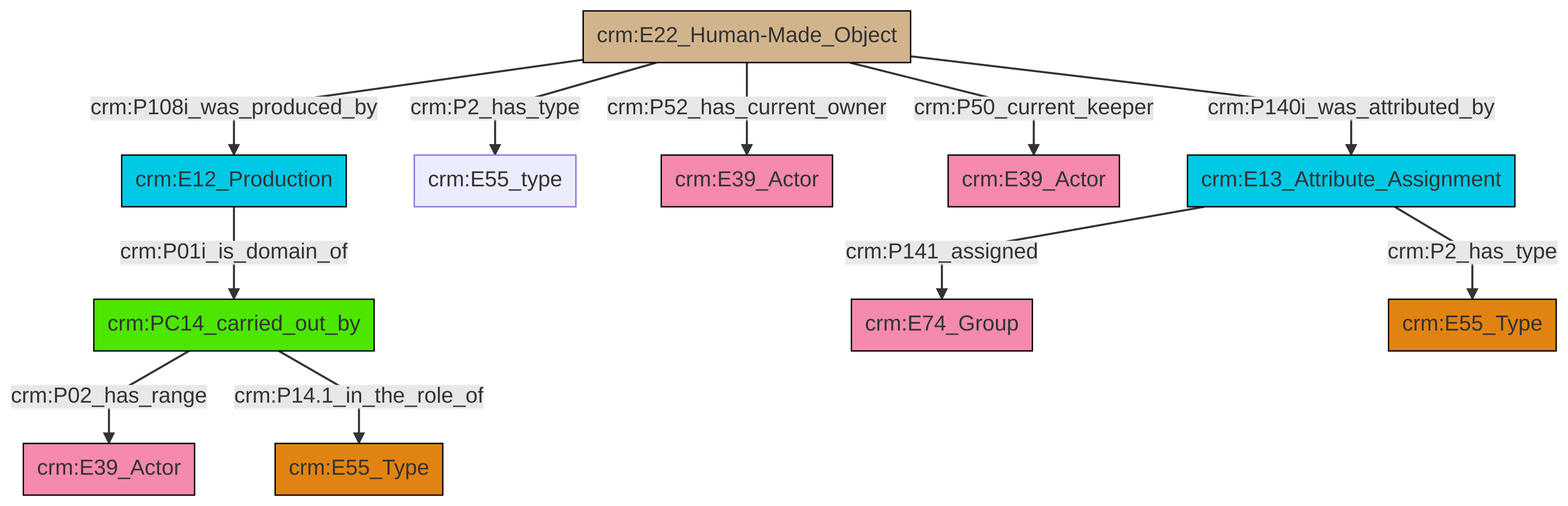
The Mermaid diagram et/artworkCSV/ttl/mmd/png/Artwork_Actor_Relations.png in swiss-art-research-net/reference-data-models, before a commit. Its source is kept beside it as et/artworkCSV/ttl/mmd/Artwork_Actor_Relations.ttl.mmd.
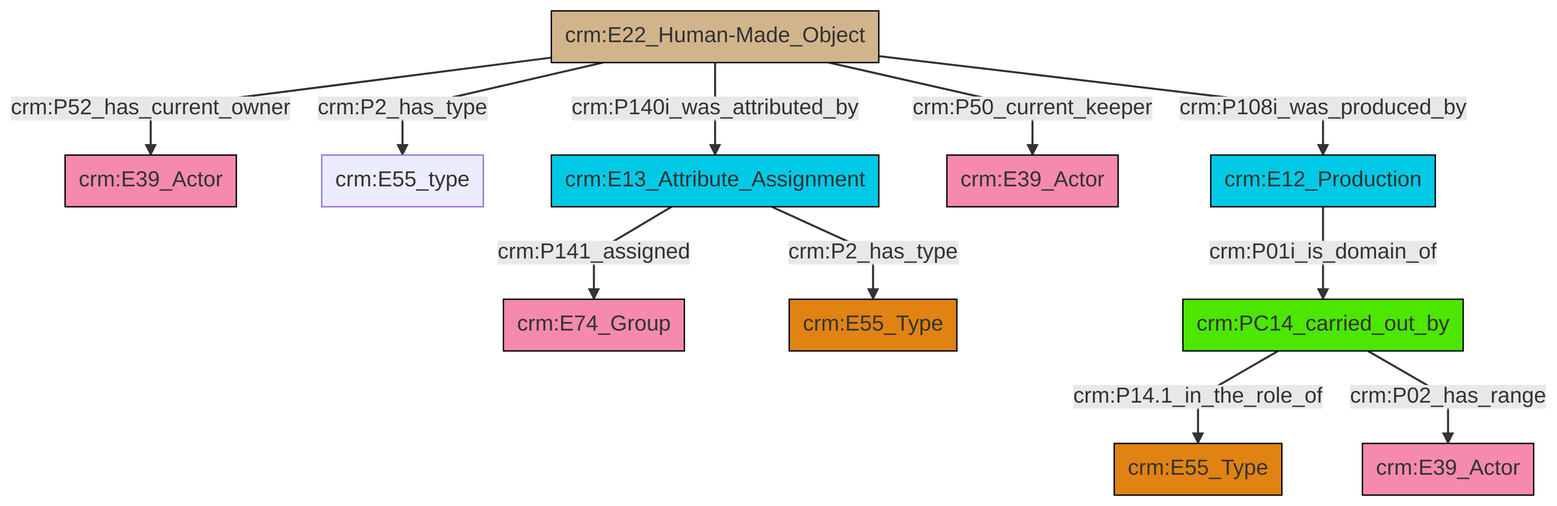
After the commit.

Change to the diagram source:
```diff
@@ -13,13 +13,13 @@
 classDef PC_Classes fill:#4ce600, stroke:#000000;
 classDef Multi fill:#cccccc,stroke:#000000;
 
-8["crm:E12_Production"]:::Temporal_Entity -->|crm:P01i_is_domain_of| 0["crm:PC14_carried_out_by"]:::PC_Classes
-6["crm:E22_Human-Made_Object"]:::Physical_Thing -->|crm:P108i_was_produced_by| 8["crm:E12_Production"]:::Temporal_Entity
-0["crm:PC14_carried_out_by"]:::PC_Classes -->|crm:P02_has_range| 19["crm:E39_Actor"]:::Actor
-20["crm:E13_Attribute_Assignment"]:::Temporal_Entity -->|crm:P2_has_type| 4["crm:E55_Type"]:::Type
-6["crm:E22_Human-Made_Object"]:::Physical_Thing -->|crm:P50_current_keeper| 16["crm:E39_Actor"]:::Actor
-6["crm:E22_Human-Made_Object"]:::Physical_Thing -->|crm:P52_has_current_owner| 13["crm:E39_Actor"]:::Actor
-6["crm:E22_Human-Made_Object"]:::Physical_Thing -->|crm:P2_has_type| 11["crm:E55_type"]:::Default
-20["crm:E13_Attribute_Assignment"]:::Temporal_Entity -->|crm:P141_assigned| 2["crm:E74_Group"]:::Actor
-0["crm:PC14_carried_out_by"]:::PC_Classes -->|crm:P14.1_in_the_role_of| 9["crm:E55_Type"]:::Type
-6["crm:E22_Human-Made_Object"]:::Physical_Thing -->|crm:P140i_was_attributed_by| 20["crm:E13_Attribute_Assignment"]:::Temporal_Entity
+8["crm:E22_Human-Made_Object"]:::Physical_Thing -->|crm:P108i_was_produced_by| 9["crm:E12_Production"]:::Temporal_Entity
+14["crm:E13_Attribute_Assignment"]:::Temporal_Entity -->|crm:P2_has_type| 18["crm:E55_Type"]:::Type
+8["crm:E22_Human-Made_Object"]:::Physical_Thing -->|crm:P52_has_current_owner| 0["crm:E39_Actor"]:::Actor
+14["crm:E13_Attribute_Assignment"]:::Temporal_Entity -->|crm:P141_assigned| 6["crm:E74_Group"]:::Actor
+8["crm:E22_Human-Made_Object"]:::Physical_Thing -->|crm:P140i_was_attributed_by| 14["crm:E13_Attribute_Assignment"]:::Temporal_Entity
+8["crm:E22_Human-Made_Object"]:::Physical_Thing -->|crm:P2_has_type| 4["crm:E55_type"]:::Default
+20["crm:PC14_carried_out_by"]:::PC_Classes -->|crm:P14.1_in_the_role_of| 12["crm:E55_Type"]:::Type
+9["crm:E12_Production"]:::Temporal_Entity -->|crm:P01i_is_domain_of| 20["crm:PC14_carried_out_by"]:::PC_Classes
+20["crm:PC14_carried_out_by"]:::PC_Classes -->|crm:P02_has_range| 2["crm:E39_Actor"]:::Actor
+8["crm:E22_Human-Made_Object"]:::Physical_Thing -->|crm:P50_current_keeper| 10["crm:E39_Actor"]:::Actor
```
